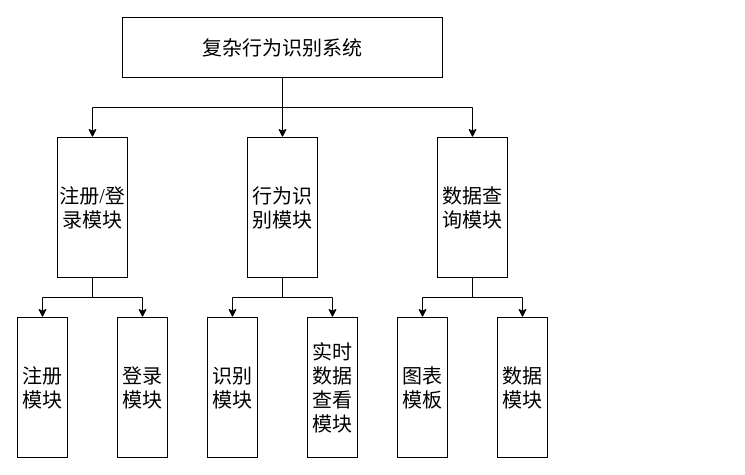
This is 系统模块.drawio from ByronGe/ff, a draw.io file, before an edit. Source tidied: cells renumbered, new cells numbered last; positions are measured from the earlier drawing's top-left corner, leaving out a move shared by most shapes. Both pictures are drawn from the tidied source at 100%, with x=0, y=0 at pixel (17, 17).
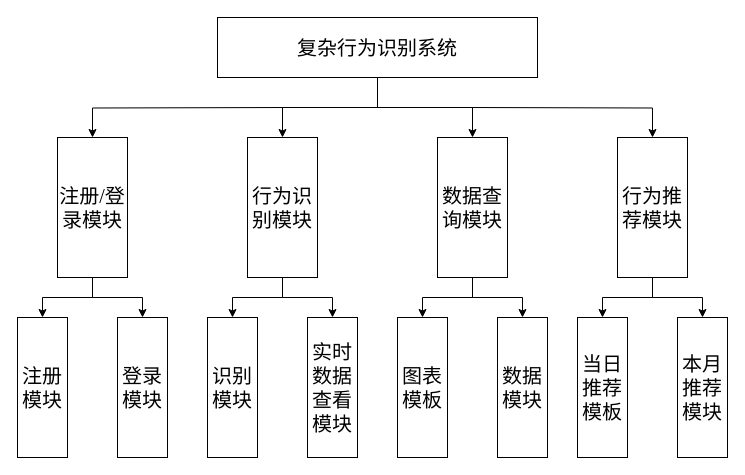
After the change.

Unchanged cells that the change refers to:
```xml
<mxCell id="8" value="注册/登录模块" style="rounded=0;whiteSpace=wrap;html=1;fontSize=20;fontFamily=Times New Roman;" parent="1" vertex="1">
  <mxGeometry x="40" y="120" width="70" height="140" as="geometry" />
</mxCell>
```

Diff of the diagram source:
```diff
@@
-    <mxCell id="3" style="edgeStyle=orthogonalEdgeStyle;rounded=0;jettySize=auto;html=1;entryX=0.5;entryY=0;entryDx=0;entryDy=0;fontSize=20;fontFamily=Times New Roman;" parent="1" edge="1" source="5" target="8">
-      <mxGeometry relative="1" as="geometry" />
+    <mxCell id="3" style="edgeStyle=orthogonalEdgeStyle;rounded=0;jettySize=auto;html=1;entryX=0.5;entryY=0;entryDx=0;entryDy=0;fontSize=20;fontFamily=Times New Roman;" parent="1" edge="1" target="8">
+      <mxGeometry relative="1" as="geometry">
+        <mxPoint x="270" y="90" as="sourcePoint" />
+      </mxGeometry>
     </mxCell>
@@
+    <mxCell id="21" style="edgeStyle=orthogonalEdgeStyle;rounded=0;jettySize=auto;html=1;entryX=0.5;entryY=0;entryDx=0;entryDy=0;" parent="1" edge="1" target="24">
+      <mxGeometry relative="1" as="geometry">
+        <mxPoint x="450" y="90" as="sourcePoint" />
+      </mxGeometry>
+    </mxCell>
     <mxCell id="5" value="复杂行为识别系统" style="rounded=0;whiteSpace=wrap;html=1;fontSize=20;fontFamily=Times New Roman;" parent="1" vertex="1">
-      <mxGeometry x="105" width="320" height="60" as="geometry" />
+      <mxGeometry x="200" width="320" height="60" as="geometry" />
     </mxCell>
@@
+    <mxCell id="22" style="edgeStyle=orthogonalEdgeStyle;rounded=0;jettySize=auto;html=1;entryX=0.5;entryY=0;entryDx=0;entryDy=0;fontSize=20;fontFamily=Times New Roman;" parent="1" edge="1" source="24" target="25">
+      <mxGeometry relative="1" as="geometry" />
+    </mxCell>
+    <mxCell id="23" style="edgeStyle=orthogonalEdgeStyle;rounded=0;jettySize=auto;html=1;entryX=0.5;entryY=0;entryDx=0;entryDy=0;fontSize=20;fontFamily=Times New Roman;" parent="1" edge="1" source="24" target="26">
+      <mxGeometry relative="1" as="geometry" />
+    </mxCell>
+    <mxCell id="24" value="行为推荐模块" style="rounded=0;whiteSpace=wrap;html=1;fontSize=20;fontFamily=Times New Roman;" parent="1" vertex="1">
+      <mxGeometry x="600" y="120" width="70" height="140" as="geometry" />
+    </mxCell>
+    <mxCell id="25" value="当日推荐模板" style="rounded=0;whiteSpace=wrap;html=1;fontSize=20;fontFamily=Times New Roman;" parent="1" vertex="1">
+      <mxGeometry x="560" y="300" width="50" height="140" as="geometry" />
+    </mxCell>
+    <mxCell id="26" value="本月推荐模块" style="rounded=0;whiteSpace=wrap;html=1;fontSize=20;fontFamily=Times New Roman;" parent="1" vertex="1">
+      <mxGeometry x="660" y="300" width="50" height="140" as="geometry" />
+    </mxCell>
```
